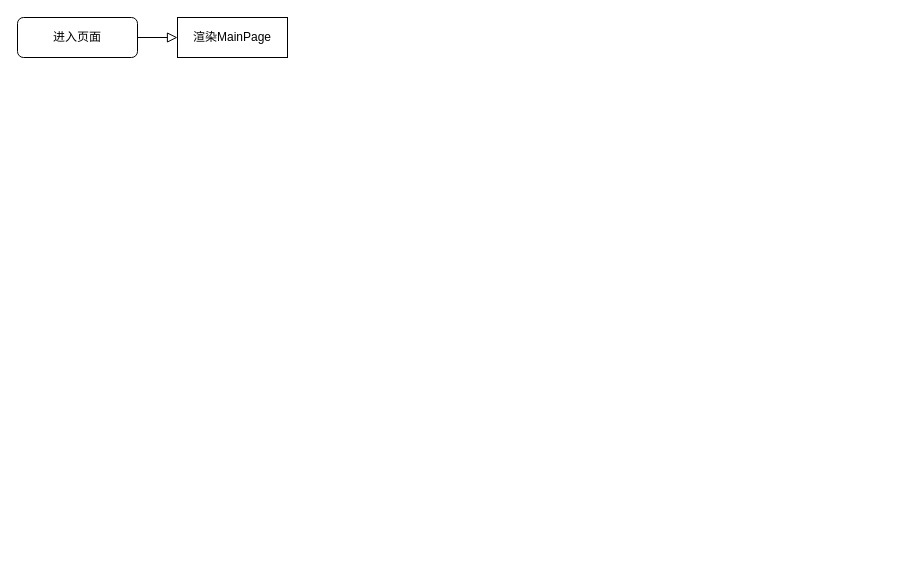
Above: public/未命名绘图.drawio in zakyi/RefactMyFirstFrontendProject (draw.io), before the change. Source tidied: cells renumbered, new cells numbered last; positions are measured from the earlier drawing's top-left corner, leaving out a move shared by most shapes. Both pictures are drawn from the tidied source at 100%, with x=0, y=0 at pixel (17, 17).
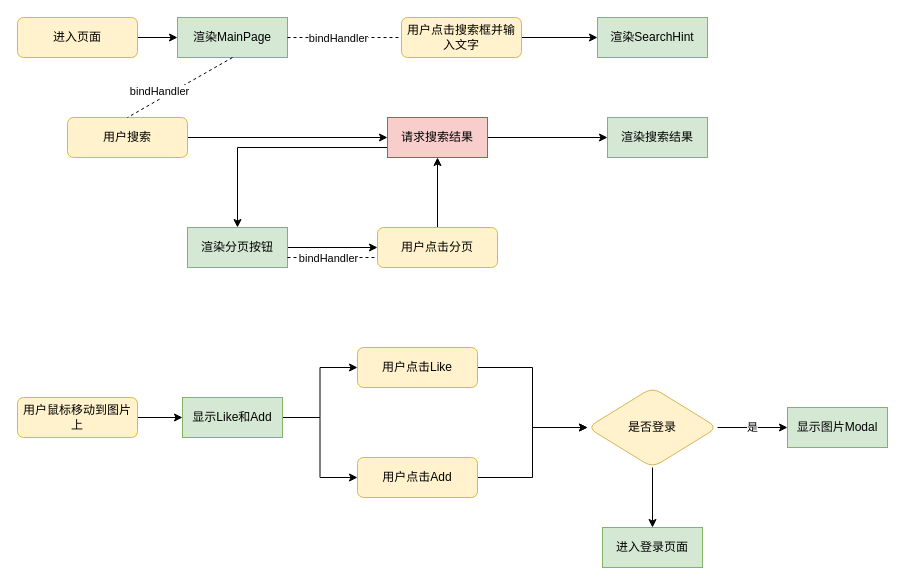
The same page after the edit.

Commit message:
更新未命名绘图.drawio

Diff of the diagram source:
```diff
@@
-    <mxCell id="2" style="rounded=0;html=1;jettySize=auto;fontSize=11;endArrow=block;endFill=0;endSize=8;strokeWidth=1;shadow=0;labelBackgroundColor=none;edgeStyle=orthogonalEdgeStyle;entryX=0;entryY=0.5;entryDx=0;entryDy=0;" parent="1" edge="1" source="3" target="4">
+    <mxCell id="2" style="edgeStyle=orthogonalEdgeStyle;rounded=0;jettySize=auto;html=1;" parent="1" edge="1" source="3" target="4">
       <mxGeometry relative="1" as="geometry" />
     </mxCell>
-    <mxCell id="3" value="进入页面" style="rounded=1;whiteSpace=wrap;html=1;fontSize=12;glass=0;strokeWidth=1;shadow=0;" parent="1" vertex="1">
+    <mxCell id="3" value="进入页面" style="rounded=1;whiteSpace=wrap;html=1;fontSize=12;glass=0;strokeWidth=1;shadow=0;fillColor=#fff2cc;strokeColor=#d6b656;" parent="1" vertex="1">
       <mxGeometry width="120" height="40" as="geometry" />
     </mxCell>
-    <mxCell id="4" value="渲染MainPage" style="rounded=0;whiteSpace=wrap;html=1;" parent="1" vertex="1">
+    <mxCell id="4" value="渲染MainPage" style="rounded=0;whiteSpace=wrap;html=1;fillColor=#d5e8d4;strokeColor=#82b366;" parent="1" vertex="1">
       <mxGeometry x="160" width="110" height="40" as="geometry" />
     </mxCell>
+    <mxCell id="5" style="endArrow=none;dashed=1;html=1;rounded=0;exitX=1;exitY=0.5;exitDx=0;exitDy=0;entryX=0;entryY=0.5;entryDx=0;entryDy=0;" parent="1" edge="1" source="4" target="8">
+      <mxGeometry relative="1" as="geometry" />
+    </mxCell>
+    <mxCell id="6" value="bindHandler" style="edgeLabel;html=1;align=center;verticalAlign=middle;" parent="5" vertex="1">
+      <mxGeometry x="0.13" relative="1" as="geometry">
+        <mxPoint x="-14" as="offset" />
+      </mxGeometry>
+    </mxCell>
+    <mxCell id="7" style="edgeStyle=orthogonalEdgeStyle;rounded=0;jettySize=auto;html=1;" parent="1" edge="1" source="8" target="9">
+      <mxGeometry relative="1" as="geometry" />
+    </mxCell>
+    <mxCell id="8" value="用户点击搜索框并输入文字" style="rounded=1;whiteSpace=wrap;html=1;fontSize=12;glass=0;strokeWidth=1;shadow=0;fillColor=#fff2cc;strokeColor=#d6b656;" parent="1" vertex="1">
+      <mxGeometry x="384" width="120" height="40" as="geometry" />
+    </mxCell>
+    <mxCell id="9" value="渲染SearchHint" style="rounded=0;whiteSpace=wrap;html=1;fillColor=#d5e8d4;strokeColor=#82b366;" parent="1" vertex="1">
+      <mxGeometry x="580" width="110" height="40" as="geometry" />
+    </mxCell>
+    <mxCell id="10" style="edgeStyle=orthogonalEdgeStyle;rounded=0;jettySize=auto;html=1;" parent="1" edge="1" source="11" target="14">
+      <mxGeometry relative="1" as="geometry" />
+    </mxCell>
+    <mxCell id="11" value="用户搜索" style="rounded=1;whiteSpace=wrap;html=1;fontSize=12;glass=0;strokeWidth=1;shadow=0;fillColor=#fff2cc;strokeColor=#d6b656;" parent="1" vertex="1">
+      <mxGeometry x="50" y="100" width="120" height="40" as="geometry" />
+    </mxCell>
+    <mxCell id="12" style="edgeStyle=orthogonalEdgeStyle;rounded=0;jettySize=auto;html=1;" parent="1" edge="1" source="14" target="15">
+      <mxGeometry relative="1" as="geometry" />
+    </mxCell>
+    <mxCell id="13" style="edgeStyle=orthogonalEdgeStyle;rounded=0;jettySize=auto;html=1;" parent="1" edge="1" source="14" target="17">
+      <mxGeometry relative="1" as="geometry">
+        <Array as="points">
+          <mxPoint x="220" y="130" />
+        </Array>
+      </mxGeometry>
+    </mxCell>
+    <mxCell id="14" value="请求搜索结果" style="rounded=0;whiteSpace=wrap;html=1;fillColor=#f8cecc;strokeColor=#b85450;" parent="1" vertex="1">
+      <mxGeometry x="370" y="100" width="100" height="40" as="geometry" />
+    </mxCell>
+    <mxCell id="15" value="渲染搜索结果" style="whiteSpace=wrap;html=1;rounded=0;fillColor=#d5e8d4;strokeColor=#82b366;" parent="1" vertex="1">
+      <mxGeometry x="590" y="100" width="100" height="40" as="geometry" />
+    </mxCell>
+    <mxCell id="16" style="edgeStyle=orthogonalEdgeStyle;rounded=0;jettySize=auto;html=1;" parent="1" edge="1" source="17" target="19">
+      <mxGeometry relative="1" as="geometry" />
+    </mxCell>
+    <mxCell id="17" value="渲染分页按钮" style="rounded=0;whiteSpace=wrap;html=1;fillColor=#d5e8d4;strokeColor=#82b366;" parent="1" vertex="1">
+      <mxGeometry x="170" y="210" width="100" height="40" as="geometry" />
+    </mxCell>
+    <mxCell id="18" style="edgeStyle=orthogonalEdgeStyle;rounded=0;jettySize=auto;html=1;" parent="1" edge="1" source="19" target="14">
+      <mxGeometry relative="1" as="geometry" />
+    </mxCell>
+    <mxCell id="19" value="用户点击分页" style="rounded=1;whiteSpace=wrap;html=1;fontSize=12;glass=0;strokeWidth=1;shadow=0;fillColor=#fff2cc;strokeColor=#d6b656;" parent="1" vertex="1">
+      <mxGeometry x="360" y="210" width="120" height="40" as="geometry" />
+    </mxCell>
+    <mxCell id="20" style="endArrow=none;dashed=1;html=1;rounded=0;exitX=1;exitY=0.75;exitDx=0;exitDy=0;entryX=0;entryY=0.75;entryDx=0;entryDy=0;" parent="1" edge="1" source="17" target="19">
+      <mxGeometry relative="1" as="geometry" />
+    </mxCell>
+    <mxCell id="21" value="bindHandler" style="edgeLabel;html=1;align=center;verticalAlign=middle;" parent="20" vertex="1">
+      <mxGeometry x="0.13" relative="1" as="geometry">
+        <mxPoint x="-11" as="offset" />
+      </mxGeometry>
+    </mxCell>
+    <mxCell id="22" style="endArrow=none;dashed=1;html=1;rounded=0;exitX=0.5;exitY=1;exitDx=0;exitDy=0;entryX=0.5;entryY=0;entryDx=0;entryDy=0;" parent="1" edge="1" source="4" target="11">
+      <mxGeometry relative="1" as="geometry" />
+    </mxCell>
+    <mxCell id="23" value="bindHandler" style="edgeLabel;html=1;align=center;verticalAlign=middle;" parent="22" vertex="1">
+      <mxGeometry x="0.13" relative="1" as="geometry">
+        <mxPoint x="-14" as="offset" />
+      </mxGeometry>
+    </mxCell>
+    <mxCell id="24" style="edgeStyle=orthogonalEdgeStyle;rounded=0;jettySize=auto;html=1;" parent="1" edge="1" source="25" target="28">
+      <mxGeometry relative="1" as="geometry" />
+    </mxCell>
+    <mxCell id="25" value="用户鼠标移动到图片上" style="rounded=1;whiteSpace=wrap;html=1;fontSize=12;glass=0;strokeWidth=1;shadow=0;fillColor=#fff2cc;strokeColor=#d6b656;" parent="1" vertex="1">
+      <mxGeometry y="380" width="120" height="40" as="geometry" />
+    </mxCell>
+    <mxCell id="26" style="edgeStyle=orthogonalEdgeStyle;rounded=0;jettySize=auto;html=1;exitX=1;exitY=0.5;exitDx=0;exitDy=0;entryX=0;entryY=0.5;entryDx=0;entryDy=0;" parent="1" edge="1" source="28" target="30">
+      <mxGeometry relative="1" as="geometry" />
+    </mxCell>
+    <mxCell id="27" style="edgeStyle=orthogonalEdgeStyle;rounded=0;jettySize=auto;html=1;exitX=1;exitY=0.5;exitDx=0;exitDy=0;entryX=0;entryY=0.5;entryDx=0;entryDy=0;" parent="1" edge="1" source="28" target="32">
+      <mxGeometry relative="1" as="geometry" />
+    </mxCell>
+    <mxCell id="28" value="显示Like和Add" style="rounded=0;whiteSpace=wrap;html=1;fillColor=#d5e8d4;strokeColor=#82b366;" parent="1" vertex="1">
+      <mxGeometry x="165" y="380" width="100" height="40" as="geometry" />
+    </mxCell>
+    <mxCell id="29" style="edgeStyle=orthogonalEdgeStyle;rounded=0;jettySize=auto;html=1;" parent="1" edge="1" source="30" target="35">
+      <mxGeometry relative="1" as="geometry" />
+    </mxCell>
+    <mxCell id="30" value="用户点击Like" style="rounded=1;whiteSpace=wrap;html=1;fontSize=12;glass=0;strokeWidth=1;shadow=0;fillColor=#fff2cc;strokeColor=#d6b656;" parent="1" vertex="1">
+      <mxGeometry x="340" y="330" width="120" height="40" as="geometry" />
+    </mxCell>
+    <mxCell id="31" style="edgeStyle=orthogonalEdgeStyle;rounded=0;jettySize=auto;html=1;exitX=1;exitY=0.5;exitDx=0;exitDy=0;" parent="1" edge="1" source="32" target="35">
+      <mxGeometry relative="1" as="geometry" />
+    </mxCell>
+    <mxCell id="32" value="用户点击Add" style="rounded=1;whiteSpace=wrap;html=1;fontSize=12;glass=0;strokeWidth=1;shadow=0;fillColor=#fff2cc;strokeColor=#d6b656;" parent="1" vertex="1">
+      <mxGeometry x="340" y="440" width="120" height="40" as="geometry" />
+    </mxCell>
+    <mxCell id="33" value="是" style="edgeStyle=orthogonalEdgeStyle;rounded=0;jettySize=auto;html=1;exitX=1;exitY=0.5;exitDx=0;exitDy=0;entryX=0;entryY=0.5;entryDx=0;entryDy=0;" parent="1" edge="1" source="35" target="37">
+      <mxGeometry relative="1" as="geometry" />
+    </mxCell>
+    <mxCell id="34" style="edgeStyle=orthogonalEdgeStyle;rounded=0;jettySize=auto;html=1;" parent="1" edge="1" source="35" target="36">
+      <mxGeometry relative="1" as="geometry" />
+    </mxCell>
+    <mxCell id="35" value="是否登录" style="rhombus;whiteSpace=wrap;html=1;fillColor=#fff2cc;strokeColor=#d6b656;rounded=1;glass=0;strokeWidth=1;shadow=0;" parent="1" vertex="1">
+      <mxGeometry x="570" y="370" width="130" height="80" as="geometry" />
+    </mxCell>
+    <mxCell id="36" value="进入登录页面" style="rounded=0;whiteSpace=wrap;html=1;fillColor=#d5e8d4;strokeColor=#82b366;" parent="1" vertex="1">
+      <mxGeometry x="585" y="510" width="100" height="40" as="geometry" />
+    </mxCell>
+    <mxCell id="37" value="显示图片Modal" style="rounded=0;whiteSpace=wrap;html=1;fillColor=#d5e8d4;strokeColor=#82b366;" parent="1" vertex="1">
+      <mxGeometry x="770" y="390" width="100" height="40" as="geometry" />
+    </mxCell>
```
